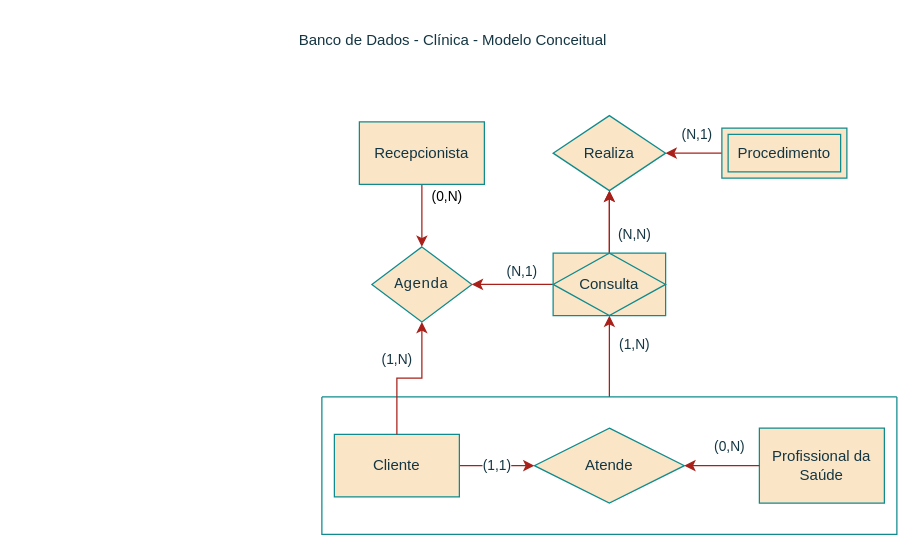
Ricardo93santos/teste_banco_de_dados keeps this draw.io diagram as page "DER - 1" (1 of 3) of Diagrama sem nome.drawio. Above is the earlier version. Source tidied: cells renumbered, new cells numbered last; positions are measured from the earlier drawing's top-left corner, leaving out a move shared by most shapes. Both pictures are drawn from the tidied source at 125%, with x=0, y=0 at pixel (284, 21).
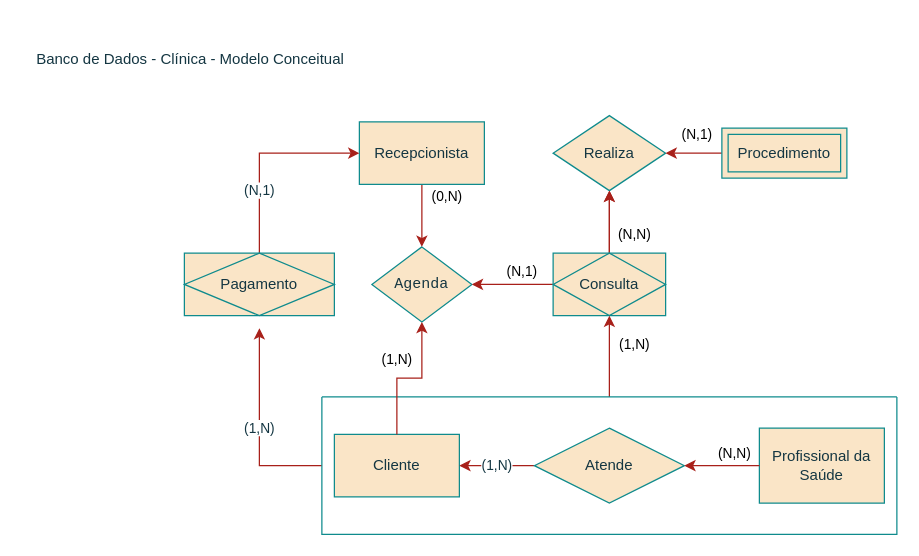
The same diagram, later.

The change refers to these unchanged cells:
```xml
<mxCell id="2" value="&lt;pre dir=&quot;ltr&quot; style=&quot;text-align:left&quot; id=&quot;tw-target-text&quot; class=&quot;tw-data-text tw-text-large tw-ta&quot;&gt;Agenda&lt;/pre&gt;" style="shape=rhombus;perimeter=rhombusPerimeter;whiteSpace=wrap;html=1;align=center;fillColor=#FAE5C7;fontColor=#143642;strokeColor=#0F8B8D;labelBackgroundColor=none;rounded=0;" parent="1" vertex="1">
  <mxGeometry x="70" y="180" width="80" height="60" as="geometry" />
</mxCell>
<mxCell id="4" value="Recepcionista" style="whiteSpace=wrap;html=1;align=center;fillColor=#FAE5C7;strokeColor=#0F8B8D;labelBackgroundColor=none;fontColor=#143642;rounded=0;" parent="1" vertex="1">
  <mxGeometry x="60" y="80" width="100" height="50" as="geometry" />
</mxCell>
<mxCell id="5" value="Realiza" style="shape=rhombus;perimeter=rhombusPerimeter;whiteSpace=wrap;html=1;align=center;fillColor=#FAE5C7;fontColor=#143642;strokeColor=#0F8B8D;labelBackgroundColor=none;rounded=0;" parent="1" vertex="1">
  <mxGeometry x="215" y="75" width="90" height="60" as="geometry" />
</mxCell>
<mxCell id="7" value="Procedimento" style="shape=ext;margin=3;double=1;whiteSpace=wrap;html=1;align=center;labelBackgroundColor=none;fillColor=#FAE5C7;strokeColor=#0F8B8D;fontColor=#143642;rounded=0;" parent="1" vertex="1">
  <mxGeometry x="350" y="85" width="100" height="40" as="geometry" />
</mxCell>
<mxCell id="15" value="Profissional da Saúde" style="whiteSpace=wrap;html=1;align=center;fillColor=#FAE5C7;strokeColor=#0F8B8D;labelBackgroundColor=none;fontColor=#143642;rounded=0;" parent="14" vertex="1">
  <mxGeometry x="350" y="25" width="100" height="60" as="geometry" />
</mxCell>
<mxCell id="17" value="Cliente" style="html=1;dashed=0;whiteSpace=wrap;fillColor=#FAE5C7;strokeColor=#0F8B8D;labelBackgroundColor=none;fontColor=#143642;rounded=0;" parent="14" vertex="1">
  <mxGeometry x="10" y="30" width="100" height="50" as="geometry" />
</mxCell>
```

Diff of the diagram source:
```diff
@@
-    <mxCell id="6" value="(N,1)" style="edgeStyle=orthogonalEdgeStyle;rounded=0;jettySize=auto;html=1;exitX=0;exitY=0.5;exitDx=0;exitDy=0;entryX=1;entryY=0.5;entryDx=0;entryDy=0;strokeColor=#A8201A;fontColor=#143642;fillColor=#FAE5C7;" parent="1" edge="1" source="7" target="5">
+    <mxCell id="6" value="(N,1)" style="edgeStyle=orthogonalEdgeStyle;rounded=0;jettySize=auto;html=1;exitX=0;exitY=0.5;exitDx=0;exitDy=0;entryX=1;entryY=0.5;entryDx=0;entryDy=0;strokeColor=#A8201A;fontColor=default;fillColor=#FAE5C7;labelBackgroundColor=none;" parent="1" edge="1" source="7" target="5">
       <mxGeometry x="-0.11" y="-15" relative="1" as="geometry" />
     </mxCell>
@@
     <mxCell id="8" value="Banco de Dados - Clínica - Modelo Conceitual" style="text;html=1;strokeColor=none;fillColor=none;align=center;verticalAlign=middle;whiteSpace=wrap;rounded=0;labelBackgroundColor=none;fontColor=#143642;" parent="1" vertex="1">
-      <mxGeometry width="270" height="30" as="geometry" />
+      <mxGeometry x="-210" y="15" width="270" height="30" as="geometry" />
     </mxCell>
-    <mxCell id="9" style="edgeStyle=orthogonalEdgeStyle;rounded=0;jettySize=auto;html=1;strokeColor=#A8201A;fontColor=#143642;fillColor=#FAE5C7;" parent="1" edge="1" source="12" target="5">
+    <mxCell id="9" style="edgeStyle=orthogonalEdgeStyle;rounded=0;jettySize=auto;html=1;strokeColor=#A8201A;fontColor=default;fillColor=#FAE5C7;labelBackgroundColor=none;" parent="1" edge="1" source="12" target="5">
       <mxGeometry relative="1" as="geometry" />
     </mxCell>
-    <mxCell id="10" value="(N,N)" style="edgeStyle=orthogonalEdgeStyle;rounded=0;jettySize=auto;html=1;strokeColor=#A8201A;fontColor=#143642;fillColor=#FAE5C7;" parent="1" edge="1" source="12" target="5">
+    <mxCell id="10" value="(N,N)" style="edgeStyle=orthogonalEdgeStyle;rounded=0;jettySize=auto;html=1;strokeColor=#A8201A;fontColor=default;fillColor=#FAE5C7;labelBackgroundColor=none;" parent="1" edge="1" source="12" target="5">
       <mxGeometry x="-0.4" y="-20" relative="1" as="geometry">
         <Array as="points">
           <mxPoint x="260" y="160" />
           <mxPoint x="260" y="160" />
         </Array>
       </mxGeometry>
     </mxCell>
-    <mxCell id="11" value="(N,1)" style="edgeStyle=orthogonalEdgeStyle;rounded=0;jettySize=auto;html=1;strokeColor=#A8201A;fontColor=#143642;fillColor=#FAE5C7;" parent="1" edge="1" source="12" target="2">
+    <mxCell id="11" value="(N,1)" style="edgeStyle=orthogonalEdgeStyle;rounded=0;jettySize=auto;html=1;strokeColor=#A8201A;fontColor=default;fillColor=#FAE5C7;labelBackgroundColor=none;" parent="1" edge="1" source="12" target="2">
       <mxGeometry x="-0.23" y="-10" relative="1" as="geometry">
         <Array as="points">
           <mxPoint x="190" y="210" />
           <mxPoint x="190" y="210" />
         </Array>
       </mxGeometry>
     </mxCell>
-    <mxCell id="12" value="&lt;font&gt;Consulta&lt;/font&gt;" style="shape=associativeEntity;whiteSpace=wrap;html=1;align=center;strokeColor=#0F8B8D;fontColor=#143642;fillColor=#FAE5C7;" parent="1" vertex="1">
+    <mxCell id="12" value="&lt;font&gt;Consulta&lt;/font&gt;" style="shape=associativeEntity;whiteSpace=wrap;html=1;align=center;strokeColor=#0F8B8D;fontColor=#143642;fillColor=#FAE5C7;labelBackgroundColor=none;" parent="1" vertex="1">
       <mxGeometry x="215" y="185" width="90" height="50" as="geometry" />
     </mxCell>
-    <mxCell id="13" value="(1,N)" style="edgeStyle=orthogonalEdgeStyle;rounded=0;jettySize=auto;html=1;strokeColor=#A8201A;fontColor=#143642;fillColor=#FAE5C7;" parent="1" edge="1" source="14" target="12">
+    <mxCell id="13" value="(1,N)" style="edgeStyle=orthogonalEdgeStyle;rounded=0;jettySize=auto;html=1;strokeColor=#A8201A;fontColor=default;fillColor=#FAE5C7;labelBackgroundColor=none;" parent="1" edge="1" source="14" target="12">
       <mxGeometry x="0.31" y="-20" relative="1" as="geometry">
         <mxPoint y="1" as="offset" />
       </mxGeometry>
     </mxCell>
+    <mxCell id="21" value="(1,N)" style="edgeStyle=orthogonalEdgeStyle;rounded=0;jettySize=auto;html=1;exitX=0;exitY=0.5;exitDx=0;exitDy=0;entryX=0.5;entryY=1.2;entryDx=0;entryDy=0;entryPerimeter=0;strokeColor=#A8201A;fontColor=#143642;fillColor=#FAE5C7;" parent="1" edge="1" source="14" target="24">
+      <mxGeometry relative="1" as="geometry" />
+    </mxCell>
-    <mxCell id="14" style="swimlane;startSize=0;strokeColor=#0F8B8D;fontColor=#143642;fillColor=#FAE5C7;" parent="1" vertex="1">
+    <mxCell id="14" style="swimlane;startSize=0;strokeColor=#0F8B8D;fontColor=#143642;fillColor=#FAE5C7;labelBackgroundColor=none;" parent="1" vertex="1">
       <mxGeometry x="30" y="300" width="460" height="110" as="geometry" />
     </mxCell>
@@
-    <mxCell id="16" value="(1,1)" style="edgeStyle=orthogonalEdgeStyle;rounded=0;jettySize=auto;html=1;strokeColor=#A8201A;fontColor=#143642;fillColor=#FAE5C7;" parent="14" edge="1" source="17" target="18">
-      <mxGeometry relative="1" as="geometry" />
-    </mxCell>
@@
+    <mxCell id="22" value="(1,N)" style="edgeStyle=orthogonalEdgeStyle;rounded=0;jettySize=auto;html=1;exitX=0;exitY=0.5;exitDx=0;exitDy=0;entryX=1;entryY=0.5;entryDx=0;entryDy=0;strokeColor=#A8201A;fontColor=#143642;fillColor=#FAE5C7;" parent="14" edge="1" source="18" target="17">
+      <mxGeometry relative="1" as="geometry" />
+    </mxCell>
-    <mxCell id="18" value="Atende" style="shape=rhombus;perimeter=rhombusPerimeter;whiteSpace=wrap;html=1;align=center;strokeColor=#0F8B8D;fontColor=#143642;fillColor=#FAE5C7;" parent="14" vertex="1">
+    <mxCell id="18" value="Atende" style="shape=rhombus;perimeter=rhombusPerimeter;whiteSpace=wrap;html=1;align=center;strokeColor=#0F8B8D;fontColor=#143642;fillColor=#FAE5C7;labelBackgroundColor=none;" parent="14" vertex="1">
       <mxGeometry x="170" y="25" width="120" height="60" as="geometry" />
     </mxCell>
-    <mxCell id="19" value="(0,N)" style="edgeStyle=orthogonalEdgeStyle;rounded=0;jettySize=auto;html=1;strokeColor=#A8201A;fontColor=#143642;fillColor=#FAE5C7;" parent="14" edge="1" source="15" target="18">
-      <mxGeometry x="-0.2" y="-15" relative="1" as="geometry" />
+    <mxCell id="19" value="(N,N)" style="edgeStyle=orthogonalEdgeStyle;rounded=0;jettySize=auto;html=1;strokeColor=#A8201A;fontColor=default;fillColor=#FAE5C7;labelBackgroundColor=none;" parent="14" edge="1" source="15" target="18">
+      <mxGeometry x="-0.33" y="-10" relative="1" as="geometry" />
     </mxCell>
-    <mxCell id="20" value="(1,N)" style="edgeStyle=orthogonalEdgeStyle;rounded=0;jettySize=auto;html=1;strokeColor=#A8201A;fontColor=#143642;fillColor=#FAE5C7;" parent="1" edge="1" source="17" target="2">
+    <mxCell id="20" value="(1,N)" style="edgeStyle=orthogonalEdgeStyle;rounded=0;jettySize=auto;html=1;strokeColor=#A8201A;fontColor=default;fillColor=#FAE5C7;labelBackgroundColor=none;" parent="1" edge="1" source="17" target="2">
       <mxGeometry x="-0.18" y="15" relative="1" as="geometry" />
     </mxCell>
+    <mxCell id="23" value="(N,1)" style="edgeStyle=orthogonalEdgeStyle;rounded=0;jettySize=auto;html=1;exitX=0.5;exitY=0;exitDx=0;exitDy=0;entryX=0;entryY=0.5;entryDx=0;entryDy=0;strokeColor=#A8201A;fontColor=#143642;fillColor=#FAE5C7;" parent="1" edge="1" source="24" target="4">
+      <mxGeometry x="-0.38" relative="1" as="geometry" />
+    </mxCell>
+    <mxCell id="24" value="Pagamento" style="shape=associativeEntity;whiteSpace=wrap;html=1;align=center;labelBackgroundColor=none;fillColor=#FAE5C7;strokeColor=#0F8B8D;fontColor=#143642;" parent="1" vertex="1">
+      <mxGeometry x="-80" y="185" width="120" height="50" as="geometry" />
+    </mxCell>
```
